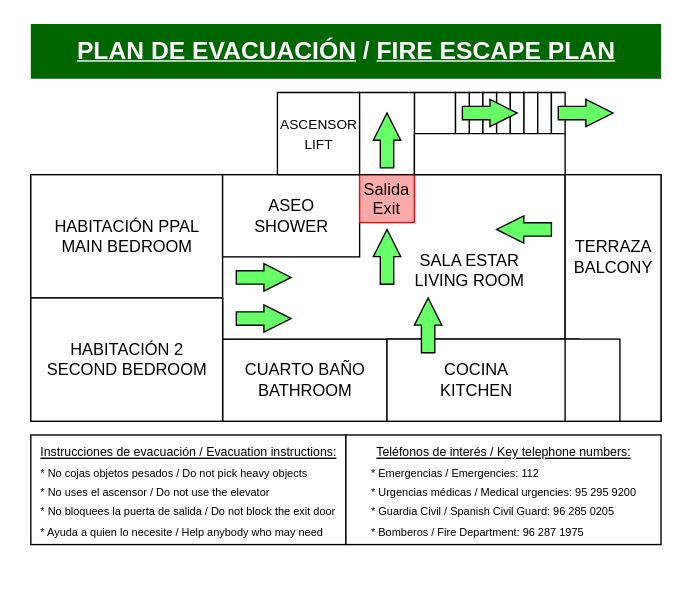
Above: plano_emergencia_valido.drawio in KikeMarchuet/Ficheros_Draw.IO (draw.io), before the change. Source tidied: cells renumbered, new cells numbered last; positions are measured from the earlier drawing's top-left corner, leaving out a move shared by most shapes. Both pictures are drawn from the tidied source at 137%, with x=0, y=0 at pixel (23, 23). Pictures stored in the file or linked from it are replaced by grey dashed boxes.
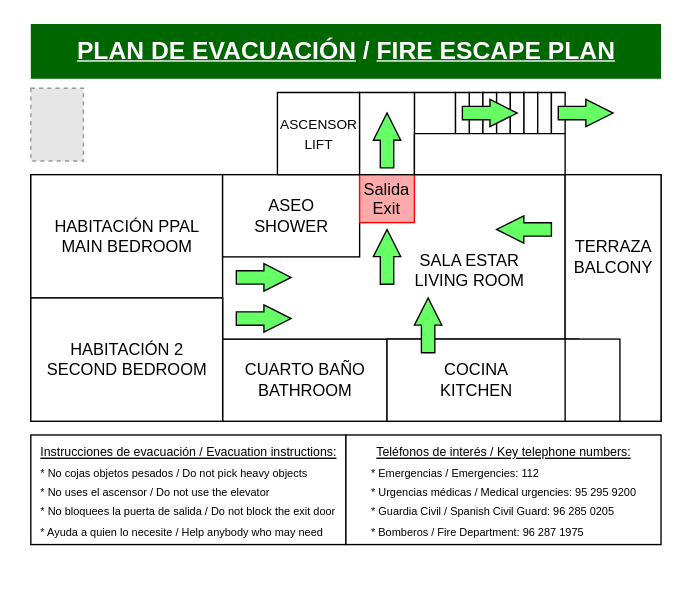
The same page after the edit.

Change to the diagram source:
```diff
@@
+    <mxCell id="45" style="fillColor=#E6E6E6;strokeColor=#999999;dashed=1;verticalLabelPosition=bottom;labelBackgroundColor=default;verticalAlign=top;" parent="1" vertex="1">
+      <mxGeometry x="5" y="46.9" width="38.4" height="53.1" as="geometry" />
+    </mxCell>
```
